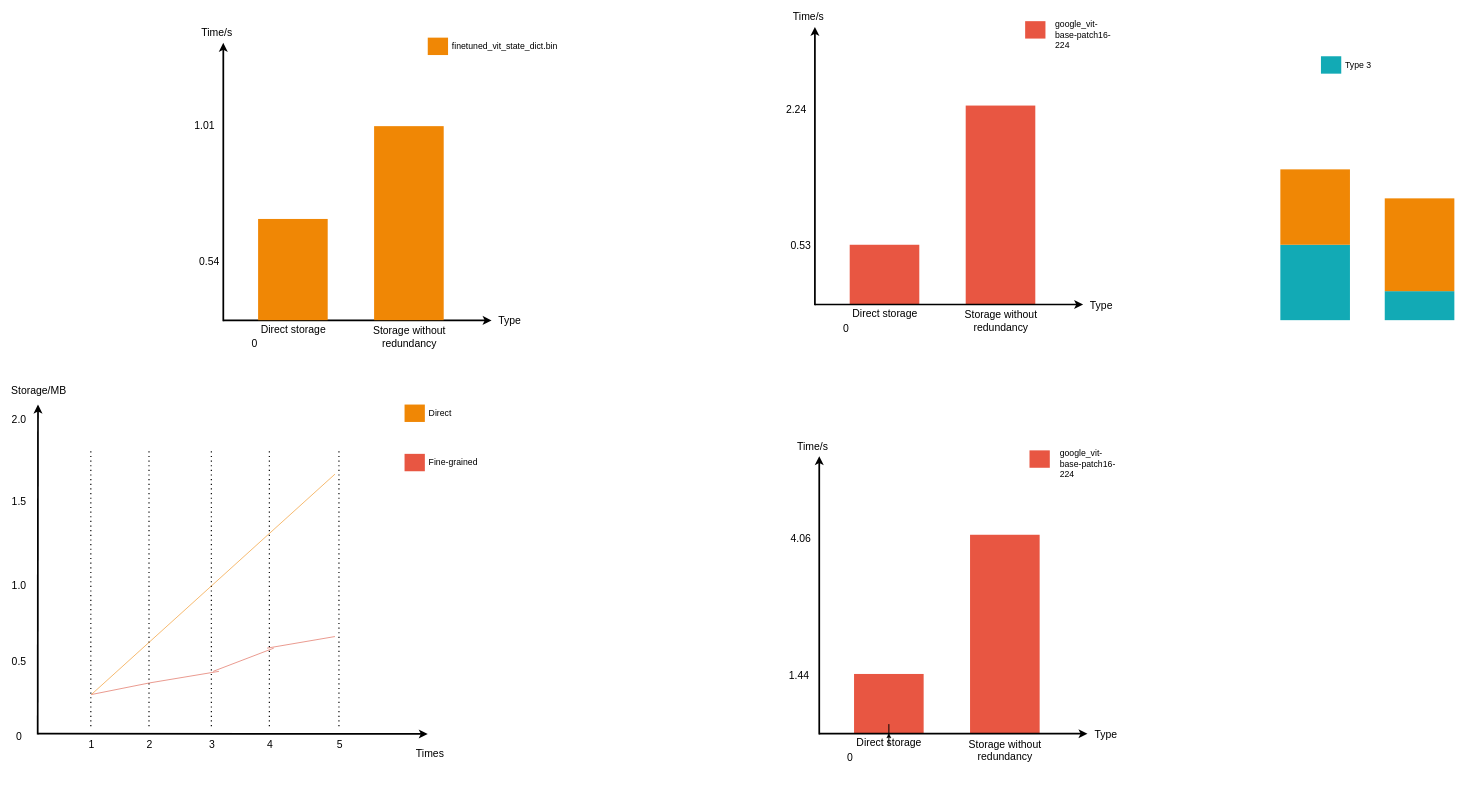
This is 模型存储柱状图.drawio from RexZheng-cug/chart, a draw.io file, before an edit. Source tidied: cells renumbered, new cells numbered last; positions are measured from the earlier drawing's top-left corner, leaving out a move shared by most shapes. Both pictures are drawn from the tidied source at 58%, with x=0, y=0 at pixel (10, 10).
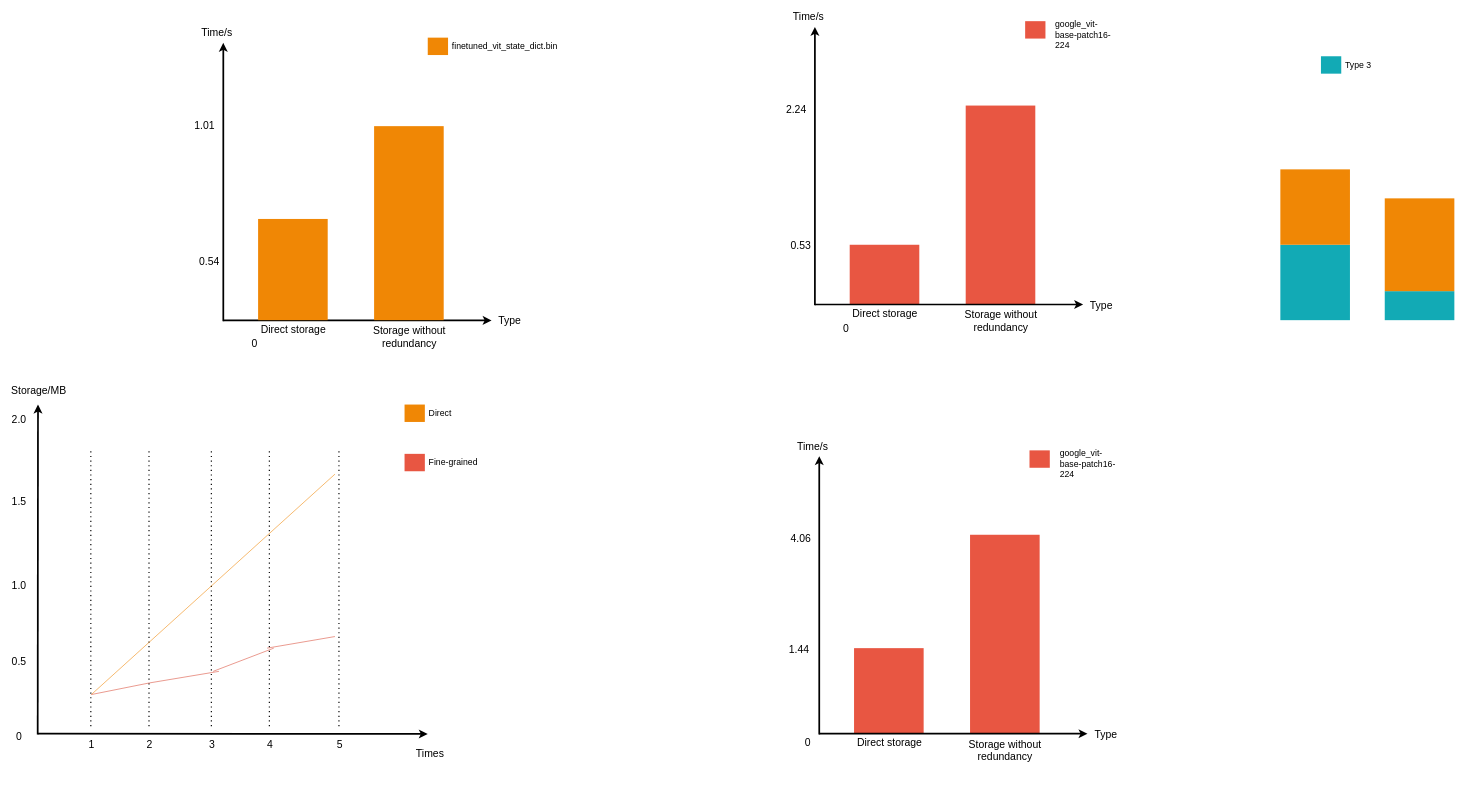
Above is the later version.

Commit message:
更新模型存储柱状图.drawio

What changed in the source:
```diff
@@
     <mxCell id="63" style="whiteSpace=wrap;fillColor=#E85642;gradientColor=none;gradientDirection=east;strokeColor=none;html=1;fontColor=#23445d;" parent="1" vertex="1">
-      <mxGeometry x="1455" y="1144.5" width="120" height="102.2" as="geometry" />
+      <mxGeometry x="1455" y="1100" width="120" height="146.8" as="geometry" />
     </mxCell>
@@
-    <mxCell id="67" style="edgeStyle=orthogonalEdgeStyle;rounded=0;jettySize=auto;html=1;" parent="1" edge="1" source="68" target="63">
-      <mxGeometry relative="1" as="geometry" />
-    </mxCell>
     <mxCell id="68" value="Direct storage" style="text;spacingTop=-5;align=center;verticalAlign=middle;fontStyle=0;html=1;fontSize=18;points=[];strokeColor=none;" parent="1" vertex="1">
-      <mxGeometry x="1455" y="1251" width="120" height="30" as="geometry" />
+      <mxGeometry x="1455.5" y="1251" width="120" height="30" as="geometry" />
     </mxCell>
@@
     <mxCell id="73" value="0" style="text;spacingTop=-5;align=center;verticalAlign=middle;fontStyle=0;html=1;fontSize=18;" parent="1" vertex="1">
-      <mxGeometry x="1433" y="1226.5" width="30" height="130" as="geometry" />
+      <mxGeometry x="1360" y="1201" width="30" height="130" as="geometry" />
     </mxCell>
     <mxCell id="74" value="1.44" style="text;spacingTop=-5;align=center;verticalAlign=middle;fontStyle=0;html=1;fontSize=18;" parent="1" vertex="1">
-      <mxGeometry x="1345" y="1084.5" width="30" height="130" as="geometry" />
+      <mxGeometry x="1345" y="1040" width="30" height="130" as="geometry" />
     </mxCell>
```
